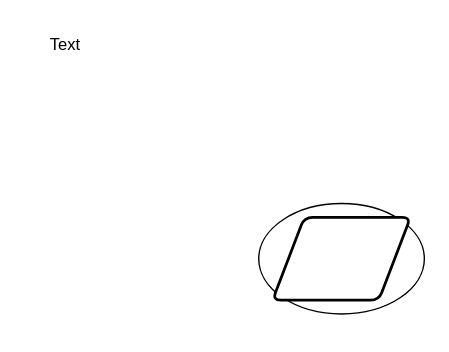
Hongfei-G/ImageBed keeps this draw.io diagram as image/未命名绘图.drawio. Above is the earlier version. Source tidied: cells renumbered, new cells numbered last; positions are measured from the earlier drawing's top-left corner, leaving out a move shared by most shapes. Both pictures are drawn from the tidied source at 138%, with x=0, y=0 at pixel (23, 23).
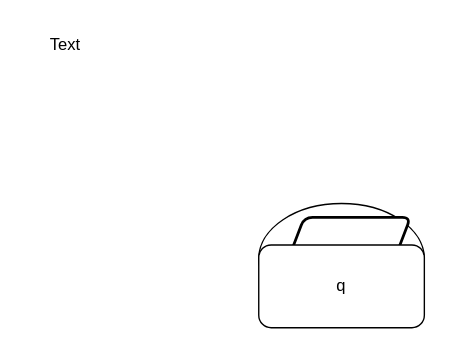
Above is the later version.

Commit message:
阿萨大大撒.drawio

The edit, as a diff of the source:
```diff
@@
 <mxGraphModel>
   <root>
     <mxCell id="0" />
     <mxCell id="1" parent="0" />
     <mxCell id="2" value="Text" style="text;strokeColor=none;align=center;fillColor=none;html=1;verticalAlign=middle;whiteSpace=wrap;rounded=0;" parent="1" vertex="1">
       <mxGeometry width="60" height="30" as="geometry" />
     </mxCell>
     <mxCell id="3" style="ellipse;whiteSpace=wrap;html=1;" parent="1" vertex="1">
       <mxGeometry x="170" y="130" width="120" height="80" as="geometry" />
     </mxCell>
     <mxCell id="4" style="shape=parallelogram;html=1;strokeWidth=2;perimeter=parallelogramPerimeter;whiteSpace=wrap;rounded=1;arcSize=12;size=0.23;" parent="1" vertex="1">
       <mxGeometry x="180" y="140" width="100" height="60" as="geometry" />
     </mxCell>
+    <mxCell id="5" value="q" style="whiteSpace=wrap;html=1;rounded=1;" parent="1" vertex="1">
+      <mxGeometry x="170" y="160" width="120" height="60" as="geometry" />
+    </mxCell>
   </root>
 </mxGraphModel>
```
